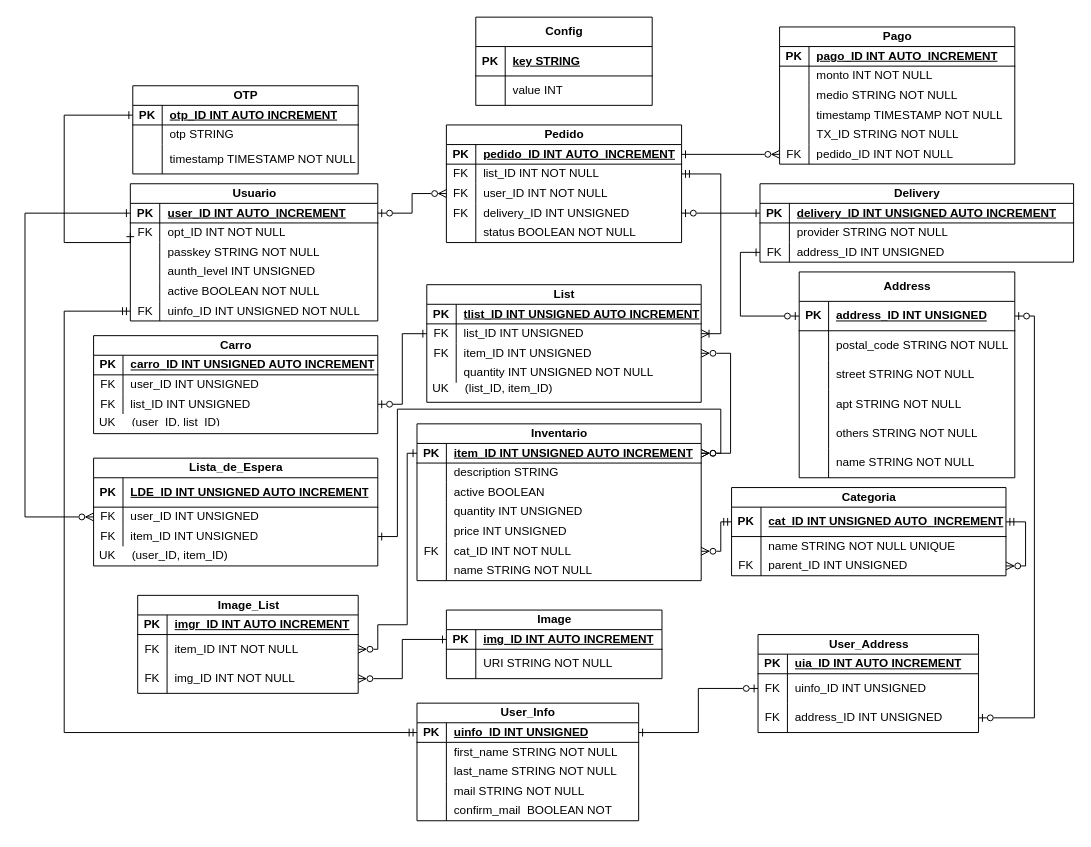
Earlier version of the draw.io diagram back/src/main/java/com/uade/entity/EsquemaDB.drawio (nadie209x33/Marketplace). Source tidied: cells renumbered, new cells numbered last; positions are measured from the earlier drawing's top-left corner, leaving out a move shared by most shapes. Both pictures are drawn from the tidied source at 98%, with x=0, y=0 at pixel (24, 17).
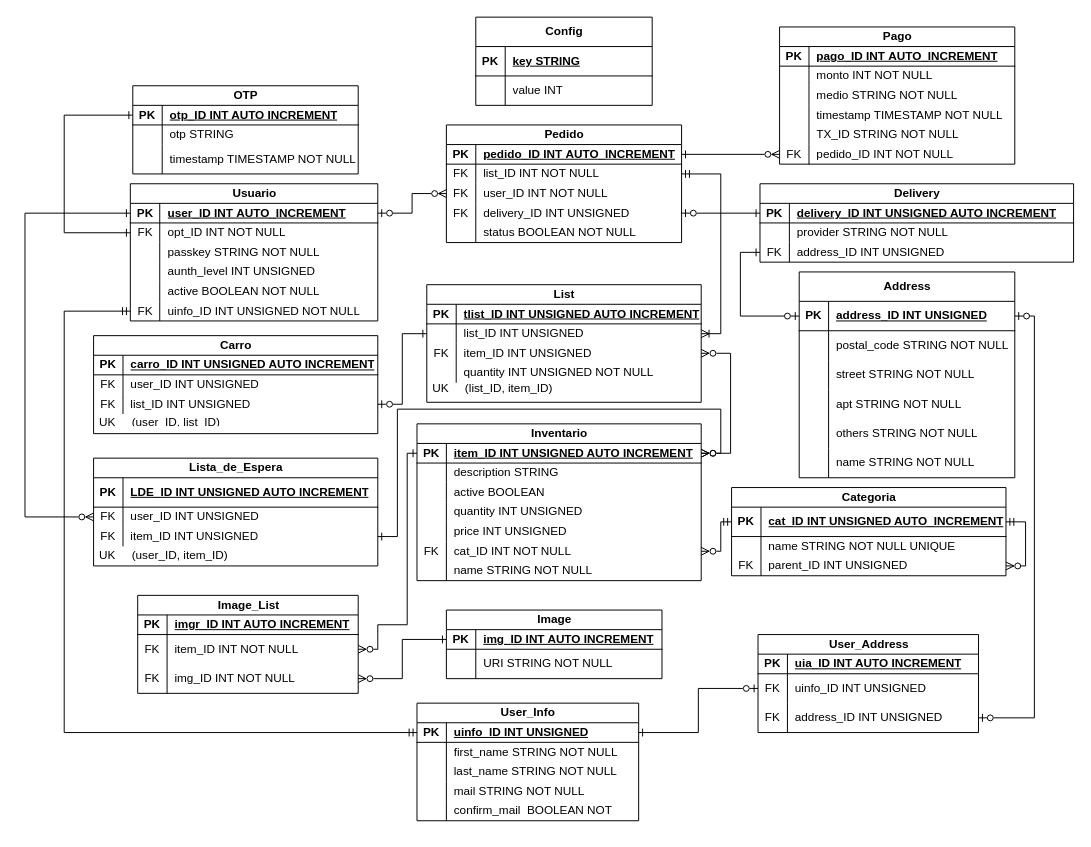
After the change.

Commit message:
Actualizacion esquema de base datos, cambios menores

Unchanged cells that the change refers to:
```xml
<mxCell id="7" style="shape=tableRow;horizontal=0;startSize=0;swimlaneHead=0;swimlaneBody=0;fillColor=none;points=[[0,0.5],[1,0.5]];portConstraint=eastwest;top=0;left=0;right=0;bottom=0;" parent="3" vertex="1">
  <mxGeometry y="40" width="252.5" height="20" as="geometry" />
</mxCell>
<mxCell id="154" style="shape=tableRow;horizontal=0;startSize=0;swimlaneHead=0;swimlaneBody=0;fillColor=none;points=[[0,0.5],[1,0.5]];portConstraint=eastwest;top=0;left=0;right=0;bottom=0;" parent="150" vertex="1">
  <mxGeometry y="40" width="280" height="20" as="geometry" />
</mxCell>
<mxCell id="198" style="shape=tableRow;horizontal=0;startSize=0;swimlaneHead=0;swimlaneBody=0;fillColor=none;points=[[0,0.5],[1,0.5]];portConstraint=eastwest;top=0;left=0;right=0;bottom=1;" parent="197" vertex="1">
  <mxGeometry y="20" width="230" height="20" as="geometry" />
</mxCell>
```

The edit, as a diff of the source:
```diff
@@
-    <mxCell id="155" value="FK" style="shape=partialRectangle;fillColor=none;top=0;left=0;bottom=0;right=0;overflow=hidden;whiteSpace=wrap;html=1;" parent="154" vertex="1">
+    <mxCell id="155" style="shape=partialRectangle;fillColor=none;top=0;left=0;bottom=0;right=0;overflow=hidden;whiteSpace=wrap;html=1;" parent="154" vertex="1">
       <mxGeometry width="30" height="20" as="geometry" />
     </mxCell>
@@
     <mxCell id="207" style="edgeStyle=orthogonalEdgeStyle;rounded=0;jettySize=auto;html=1;exitX=0;exitY=0.5;exitDx=0;exitDy=0;entryX=0;entryY=0.5;entryDx=0;entryDy=0;startArrow=ERone;startFill=0;endArrow=ERone;endFill=0;" parent="1" edge="1" source="7" target="198">
       <mxGeometry relative="1" as="geometry">
         <Array as="points">
-          <mxPoint x="40" y="230" />
+          <mxPoint x="40" y="220" />
           <mxPoint x="40" y="100" />
         </Array>
       </mxGeometry>
     </mxCell>
```
